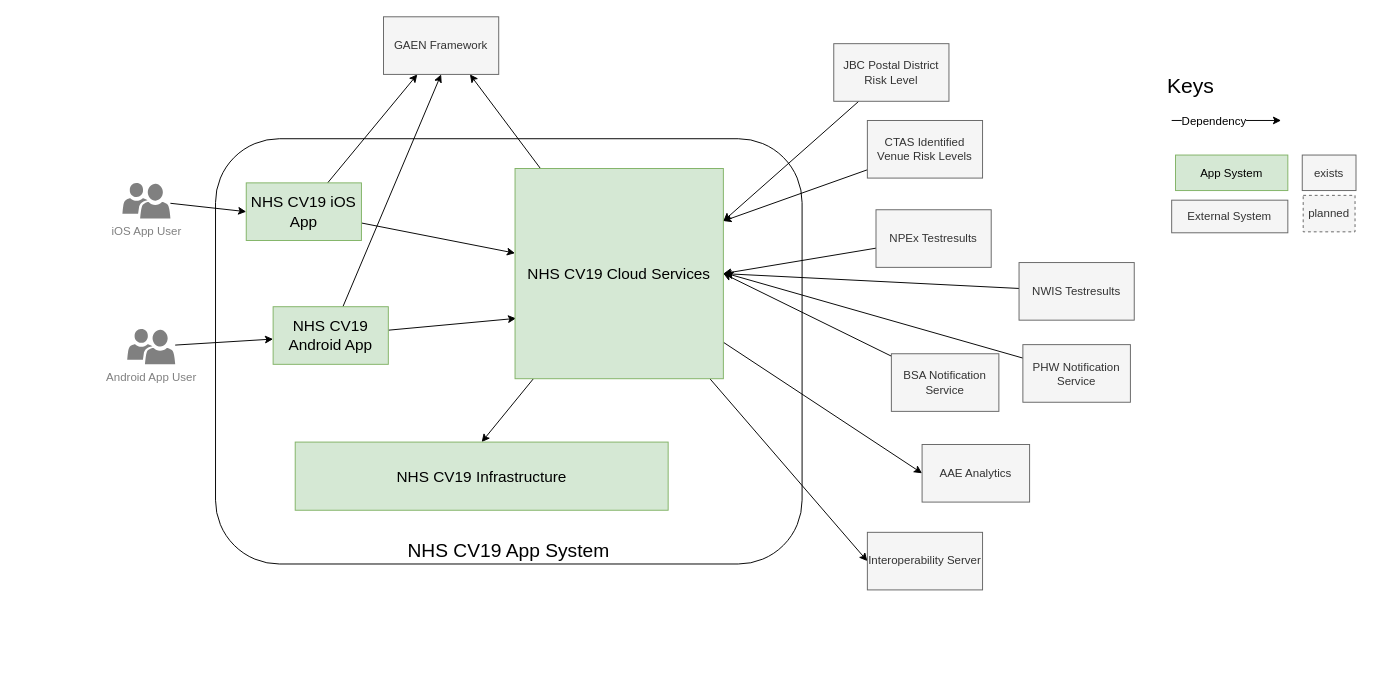
This is page "sys-overview" (1 of 2) of doc/architecture/diagrams/cv19-app-system-architecture.drawio from ukhsa-collaboration/covid19-app-system-public, a draw.io file, before an edit. Source tidied: cells renumbered, new cells numbered last; positions are measured from the earlier drawing's top-left corner, leaving out a move shared by most shapes. Both pictures are drawn from the tidied source at 96%, with x=0, y=0 at pixel (122, 16).
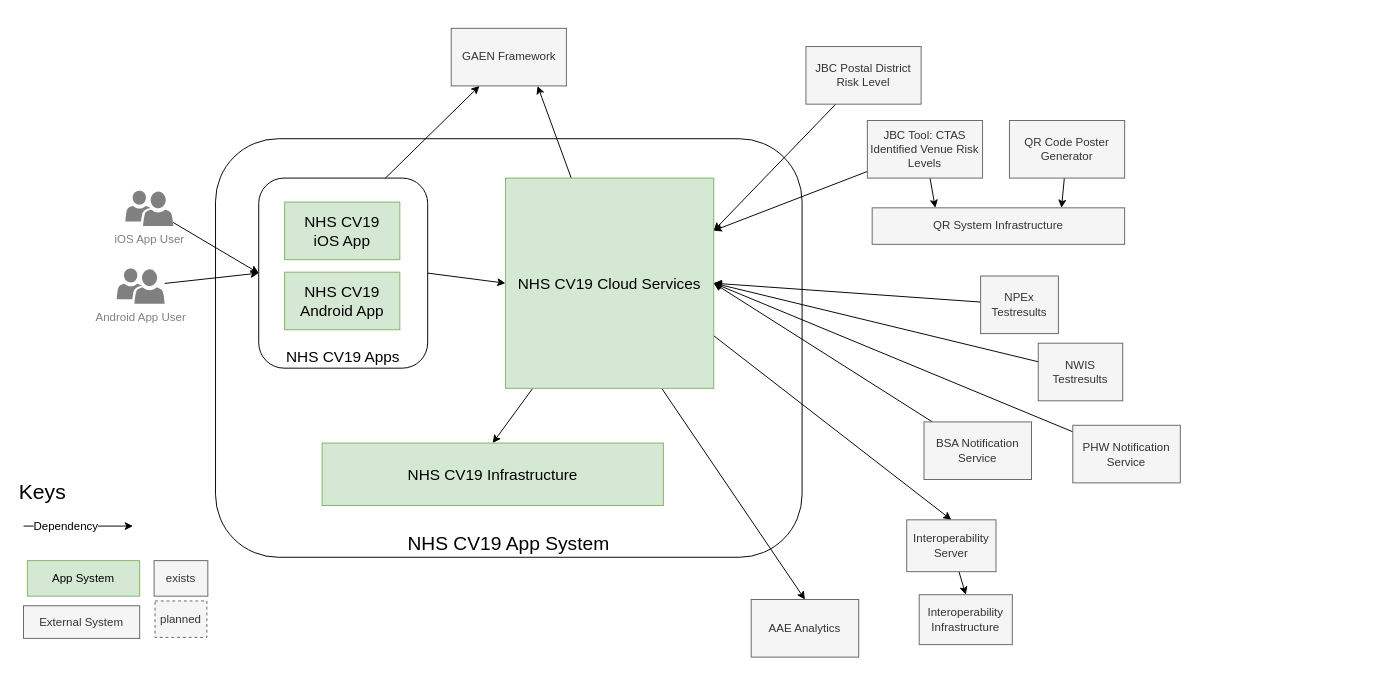
After the change.

The edit, as a diff of the source:
```diff
@@
     <mxCell id="2" value="NHS CV19 App System" style="rounded=1;whiteSpace=wrap;html=1;fontSize=20;fillColor=none;verticalAlign=bottom;align=center;" parent="1" vertex="1">
-      <mxGeometry x="97" y="127" width="611" height="443" as="geometry" />
+      <mxGeometry x="97" y="127" width="611" height="436" as="geometry" />
     </mxCell>
+    <mxCell id="41" value="&lt;span style=&quot;font-size: 16px;&quot;&gt;NHS CV19 Apps&lt;/span&gt;" style="rounded=1;whiteSpace=wrap;html=1;fillColor=none;verticalAlign=bottom;fontSize=16;" parent="1" vertex="1">
+      <mxGeometry x="142" y="168" width="176" height="198" as="geometry" />
+    </mxCell>
-    <mxCell id="3" style="rounded=0;jettySize=auto;html=1;fontSize=16;" parent="1" edge="1" source="5" target="14">
+    <mxCell id="3" style="rounded=0;jettySize=auto;html=1;fontSize=16;entryX=0;entryY=0.5;entryDx=0;entryDy=0;exitX=1;exitY=0.5;exitDx=0;exitDy=0;" parent="1" edge="1" source="41" target="14">
       <mxGeometry relative="1" as="geometry" />
     </mxCell>
-    <mxCell id="4" style="edgeStyle=none;rounded=0;jettySize=auto;html=1;" parent="1" edge="1" source="5" target="9">
+    <mxCell id="4" style="edgeStyle=none;rounded=0;jettySize=auto;html=1;exitX=0.75;exitY=0;exitDx=0;exitDy=0;" parent="1" edge="1" source="41" target="9">
       <mxGeometry relative="1" as="geometry" />
     </mxCell>
-    <mxCell id="5" value="NHS CV19 iOS App" style="rounded=0;whiteSpace=wrap;html=1;fillColor=#d5e8d4;strokeColor=#82b366;fontSize=16;" parent="1" vertex="1">
-      <mxGeometry x="129" y="173" width="120" height="60" as="geometry" />
+    <mxCell id="5" value="NHS CV19 &lt;br&gt;iOS App" style="rounded=0;whiteSpace=wrap;html=1;fillColor=#d5e8d4;strokeColor=#82b366;fontSize=16;" parent="1" vertex="1">
+      <mxGeometry x="169" y="193" width="120" height="60" as="geometry" />
     </mxCell>
-    <mxCell id="6" style="edgeStyle=none;rounded=0;jettySize=auto;html=1;entryX=0.005;entryY=0.713;entryDx=0;entryDy=0;entryPerimeter=0;fontSize=16;" parent="1" edge="1" source="8" target="14">
-      <mxGeometry relative="1" as="geometry" />
-    </mxCell>
-    <mxCell id="7" style="edgeStyle=none;rounded=0;jettySize=auto;html=1;entryX=0.5;entryY=1;entryDx=0;entryDy=0;" parent="1" edge="1" source="8" target="9">
-      <mxGeometry relative="1" as="geometry" />
-    </mxCell>
     <mxCell id="8" value="NHS CV19 Android App" style="rounded=0;whiteSpace=wrap;html=1;fillColor=#d5e8d4;strokeColor=#82b366;fontSize=16;" parent="1" vertex="1">
-      <mxGeometry x="157" y="302" width="120" height="60" as="geometry" />
+      <mxGeometry x="169" y="266" width="120" height="60" as="geometry" />
     </mxCell>
     <mxCell id="9" value="GAEN Framework" style="rounded=0;whiteSpace=wrap;html=1;fillColor=#f5f5f5;strokeColor=#666666;fontColor=#333333;" parent="1" vertex="1">
-      <mxGeometry x="272" width="120" height="60" as="geometry" />
+      <mxGeometry x="342.5" y="12" width="120" height="60" as="geometry" />
     </mxCell>
@@
-    <mxCell id="12" style="rounded=0;jettySize=auto;html=1;entryX=0;entryY=0.5;entryDx=0;entryDy=0;" parent="1" edge="1" source="14" target="26">
+    <mxCell id="12" style="rounded=0;jettySize=auto;html=1;entryX=0.5;entryY=0;entryDx=0;entryDy=0;exitX=1;exitY=0.75;exitDx=0;exitDy=0;" parent="1" edge="1" source="14" target="26">
       <mxGeometry relative="1" as="geometry" />
     </mxCell>
-    <mxCell id="13" style="rounded=0;jettySize=auto;html=1;entryX=0;entryY=0.5;entryDx=0;entryDy=0;" parent="1" edge="1" source="14" target="39">
+    <mxCell id="13" style="rounded=0;jettySize=auto;html=1;entryX=0.5;entryY=0;entryDx=0;entryDy=0;exitX=0.75;exitY=1;exitDx=0;exitDy=0;" parent="1" edge="1" source="14" target="39">
       <mxGeometry relative="1" as="geometry" />
     </mxCell>
     <mxCell id="14" value="NHS CV19 Cloud Services" style="rounded=0;whiteSpace=wrap;html=1;fillColor=#d5e8d4;strokeColor=#82b366;fontSize=16;" parent="1" vertex="1">
-      <mxGeometry x="409" y="158" width="217" height="219" as="geometry" />
+      <mxGeometry x="399" y="168" width="217" height="219" as="geometry" />
     </mxCell>
@@
     <mxCell id="16" value="JBC Postal District Risk Level" style="rounded=0;whiteSpace=wrap;html=1;fillColor=#f5f5f5;strokeColor=#666666;fontColor=#333333;" parent="1" vertex="1">
-      <mxGeometry x="741" y="28" width="120" height="60" as="geometry" />
+      <mxGeometry x="712" y="31" width="120" height="60" as="geometry" />
     </mxCell>
     <mxCell id="17" value="NHS CV19 Infrastructure" style="rounded=0;whiteSpace=wrap;html=1;fillColor=#d5e8d4;strokeColor=#82b366;fontSize=16;" parent="1" vertex="1">
-      <mxGeometry x="180" y="443" width="388.5" height="71" as="geometry" />
+      <mxGeometry x="208" y="444" width="355.5" height="65" as="geometry" />
     </mxCell>
@@
+    <mxCell id="42" style="edgeStyle=none;rounded=0;jettySize=auto;html=1;entryX=0.25;entryY=0;entryDx=0;entryDy=0;" parent="1" edge="1" source="19" target="47">
+      <mxGeometry relative="1" as="geometry" />
+    </mxCell>
-    <mxCell id="19" value="CTAS Identified Venue Risk Levels" style="rounded=0;whiteSpace=wrap;html=1;fillColor=#f5f5f5;strokeColor=#666666;fontColor=#333333;" parent="1" vertex="1">
+    <mxCell id="19" value="JBC Tool: CTAS Identified Venue Risk Levels" style="rounded=0;whiteSpace=wrap;html=1;fillColor=#f5f5f5;strokeColor=#666666;fontColor=#333333;" parent="1" vertex="1">
       <mxGeometry x="776" y="108" width="120" height="60" as="geometry" />
     </mxCell>
@@
     <mxCell id="21" value="NPEx Testresults" style="rounded=0;whiteSpace=wrap;html=1;fillColor=#f5f5f5;strokeColor=#666666;fontColor=#333333;" parent="1" vertex="1">
-      <mxGeometry x="785" y="201" width="120" height="60" as="geometry" />
+      <mxGeometry x="894" y="270" width="81" height="60" as="geometry" />
     </mxCell>
@@
     <mxCell id="23" value="BSA Notification Service" style="rounded=0;whiteSpace=wrap;html=1;fillColor=#f5f5f5;strokeColor=#666666;fontColor=#333333;" parent="1" vertex="1">
-      <mxGeometry x="801" y="351" width="112" height="60" as="geometry" />
+      <mxGeometry x="835" y="422" width="112" height="60" as="geometry" />
     </mxCell>
@@
     <mxCell id="25" value="NWIS Testresults" style="rounded=0;whiteSpace=wrap;html=1;fillColor=#f5f5f5;strokeColor=#666666;fontColor=#333333;" parent="1" vertex="1">
-      <mxGeometry x="934" y="256" width="120" height="60" as="geometry" />
+      <mxGeometry x="954" y="340" width="88" height="60" as="geometry" />
     </mxCell>
+    <mxCell id="43" style="rounded=0;jettySize=auto;html=1;entryX=0.5;entryY=0;entryDx=0;entryDy=0;" parent="1" edge="1" source="26" target="44">
+      <mxGeometry relative="1" as="geometry" />
+    </mxCell>
     <mxCell id="26" value="Interoperability Server" style="rounded=0;whiteSpace=wrap;html=1;fillColor=#f5f5f5;strokeColor=#666666;fontColor=#333333;" parent="1" vertex="1">
-      <mxGeometry x="776" y="537" width="120" height="60" as="geometry" />
+      <mxGeometry x="817" y="524" width="93" height="54" as="geometry" />
     </mxCell>
     <mxCell id="27" style="edgeStyle=none;rounded=0;orthogonalLoop=1;jettySize=auto;html=1;exitX=0.989;exitY=0.854;exitDx=0;exitDy=0;exitPerimeter=0;" parent="1" edge="1">
       <mxGeometry relative="1" as="geometry">
-        <mxPoint x="1093" y="108" as="sourcePoint" />
-        <mxPoint x="1207" y="108" as="targetPoint" />
+        <mxPoint x="-103" y="530.5" as="sourcePoint" />
+        <mxPoint x="11" y="530.5" as="targetPoint" />
       </mxGeometry>
     </mxCell>
@@
     <mxCell id="29" value="External System" style="rounded=0;whiteSpace=wrap;html=1;fillColor=#f5f5f5;strokeColor=#666666;fontColor=#333333;" parent="1" vertex="1">
-      <mxGeometry x="1093" y="191" width="121" height="34" as="geometry" />
+      <mxGeometry x="-103" y="613.5" width="121" height="34" as="geometry" />
     </mxCell>
     <mxCell id="30" value="planned" style="rounded=0;whiteSpace=wrap;html=1;dashed=1;fillColor=#f5f5f5;strokeColor=#666666;fontColor=#333333;" parent="1" vertex="1">
-      <mxGeometry x="1230" y="186" width="54" height="38" as="geometry" />
+      <mxGeometry x="34" y="608.5" width="54" height="38" as="geometry" />
     </mxCell>
     <mxCell id="31" value="exists" style="rounded=0;whiteSpace=wrap;html=1;fillColor=#f5f5f5;strokeColor=#666666;fontColor=#333333;" parent="1" vertex="1">
-      <mxGeometry x="1229" y="144" width="56" height="37" as="geometry" />
+      <mxGeometry x="33" y="566.5" width="56" height="37" as="geometry" />
     </mxCell>
     <mxCell id="32" value="Keys" style="text;html=1;strokeColor=none;fillColor=none;align=center;verticalAlign=middle;whiteSpace=wrap;rounded=0;fontSize=22;" parent="1" vertex="1">
-      <mxGeometry x="1093" y="63" width="40" height="20" as="geometry" />
+      <mxGeometry x="-103" y="485.5" width="40" height="20" as="geometry" />
     </mxCell>
-    <mxCell id="33" style="edgeStyle=none;rounded=0;jettySize=auto;html=1;fontSize=12;" parent="1" edge="1" source="34">
-      <mxGeometry relative="1" as="geometry">
-        <mxPoint x="628" y="267" as="targetPoint" />
-      </mxGeometry>
+    <mxCell id="33" style="edgeStyle=none;rounded=0;jettySize=auto;html=1;fontSize=12;entryX=1;entryY=0.5;entryDx=0;entryDy=0;" parent="1" edge="1" source="34" target="14">
+      <mxGeometry relative="1" as="geometry" />
     </mxCell>
     <mxCell id="34" value="PHW Notification Service" style="rounded=0;whiteSpace=wrap;html=1;fillColor=#f5f5f5;strokeColor=#666666;fontColor=#333333;" parent="1" vertex="1">
-      <mxGeometry x="938" y="341.5" width="112" height="60" as="geometry" />
+      <mxGeometry x="990" y="425.5" width="112" height="60" as="geometry" />
     </mxCell>
-    <mxCell id="35" style="edgeStyle=none;rounded=0;jettySize=auto;html=1;entryX=0;entryY=0.5;entryDx=0;entryDy=0;fontSize=12;" parent="1" edge="1" source="36" target="5">
+    <mxCell id="35" style="edgeStyle=none;rounded=0;jettySize=auto;html=1;entryX=0;entryY=0.5;entryDx=0;entryDy=0;fontSize=12;" parent="1" edge="1" source="36" target="41">
       <mxGeometry relative="1" as="geometry" />
     </mxCell>
     <mxCell id="36" value="iOS App User" style="shadow=0;dashed=0;html=1;strokeColor=none;labelPosition=center;verticalLabelPosition=bottom;verticalAlign=top;align=center;shape=mxgraph.mscae.intune.user_group;fontSize=12;fontColor=#808080;fillColor=#808080;" parent="1" vertex="1">
-      <mxGeometry y="173" width="50" height="37" as="geometry" />
+      <mxGeometry x="3" y="181" width="50" height="37" as="geometry" />
     </mxCell>
-    <mxCell id="37" style="edgeStyle=none;rounded=0;jettySize=auto;html=1;fontSize=12;" parent="1" edge="1" source="38" target="8">
+    <mxCell id="37" style="edgeStyle=none;rounded=0;jettySize=auto;html=1;fontSize=12;entryX=0;entryY=0.5;entryDx=0;entryDy=0;" parent="1" edge="1" source="38" target="41">
       <mxGeometry relative="1" as="geometry" />
     </mxCell>
     <mxCell id="38" value="Android App User" style="shadow=0;dashed=0;html=1;strokeColor=none;labelPosition=center;verticalLabelPosition=bottom;verticalAlign=top;align=center;shape=mxgraph.mscae.intune.user_group;fontSize=12;fontColor=#808080;fillColor=#808080;" parent="1" vertex="1">
-      <mxGeometry x="5" y="325" width="50" height="37" as="geometry" />
+      <mxGeometry x="-6" y="262" width="50" height="37" as="geometry" />
     </mxCell>
     <mxCell id="39" value="AAE Analytics" style="rounded=0;whiteSpace=wrap;html=1;fillColor=#f5f5f5;strokeColor=#666666;fontColor=#333333;" parent="1" vertex="1">
-      <mxGeometry x="833" y="445.5" width="112" height="60" as="geometry" />
+      <mxGeometry x="655" y="607" width="112" height="60" as="geometry" />
     </mxCell>
     <mxCell id="40" value="App System" style="rounded=0;whiteSpace=wrap;html=1;fillColor=#d5e8d4;strokeColor=#82b366;" parent="1" vertex="1">
-      <mxGeometry x="1097" y="144" width="117" height="37" as="geometry" />
+      <mxGeometry x="-99" y="566.5" width="117" height="37" as="geometry" />
     </mxCell>
+    <mxCell id="44" value="Interoperability Infrastructure" style="rounded=0;whiteSpace=wrap;html=1;fillColor=#f5f5f5;strokeColor=#666666;fontColor=#333333;" parent="1" vertex="1">
+      <mxGeometry x="830" y="602" width="97" height="52" as="geometry" />
+    </mxCell>
+    <mxCell id="45" style="edgeStyle=none;rounded=0;jettySize=auto;html=1;entryX=0.75;entryY=0;entryDx=0;entryDy=0;" parent="1" edge="1" source="46" target="47">
+      <mxGeometry relative="1" as="geometry" />
+    </mxCell>
+    <mxCell id="46" value="QR Code Poster Generator" style="rounded=0;whiteSpace=wrap;html=1;fillColor=#f5f5f5;strokeColor=#666666;fontColor=#333333;" parent="1" vertex="1">
+      <mxGeometry x="924" y="108" width="120" height="60" as="geometry" />
+    </mxCell>
+    <mxCell id="47" value="QR System Infrastructure" style="rounded=0;whiteSpace=wrap;html=1;fillColor=#f5f5f5;strokeColor=#666666;fontColor=#333333;" parent="1" vertex="1">
+      <mxGeometry x="781" y="199" width="263" height="38" as="geometry" />
+    </mxCell>
```
